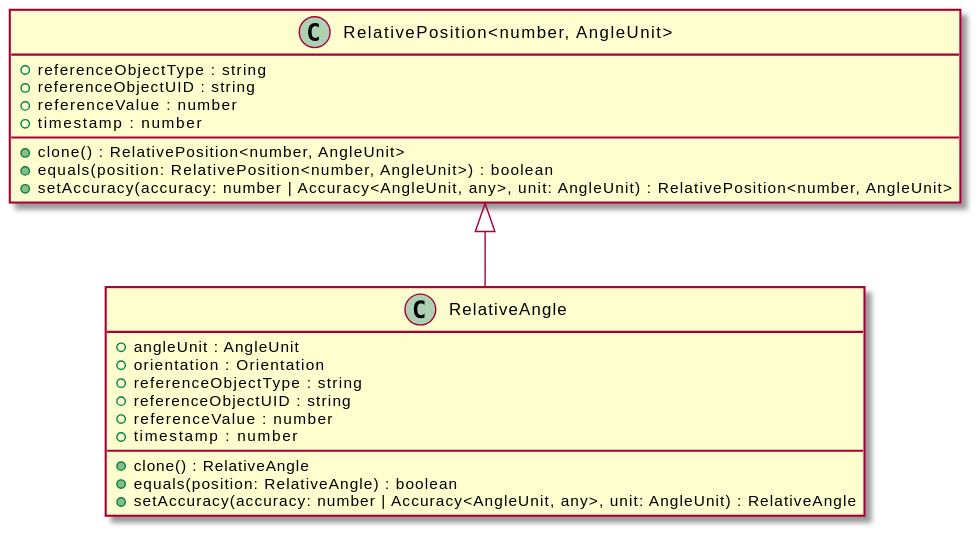
Earlier version of the PlantUML export assets/RelativeAngle-umlClassDiagram-3718.svg (OpenHPS/openhps-core).
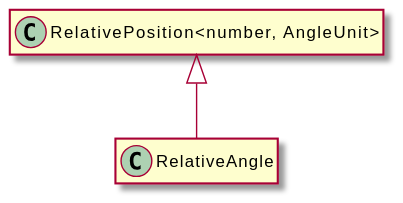
Above is the later version.

Diff of the diagram source:
```diff
@@ -3,24 +3,8 @@
 hide empty methods
 hide empty fields
 class "RelativeAngle" {
-    +angleUnit : AngleUnit
-    +orientation : Orientation
-    +referenceObjectType : string
-    +referenceObjectUID : string
-    +referenceValue : number
-    +timestamp : number
-    +clone() : RelativeAngle
-    +equals(position: RelativeAngle) : boolean
-    +setAccuracy(accuracy: number | Accuracy<AngleUnit, any>, unit: AngleUnit) : RelativeAngle
 }
 class "RelativePosition<number, AngleUnit>" {
-    +referenceObjectType : string
-    +referenceObjectUID : string
-    +referenceValue : number
-    +timestamp : number
-    +clone() : RelativePosition<number, AngleUnit>
-    +equals(position: RelativePosition<number, AngleUnit>) : boolean
-    +setAccuracy(accuracy: number | Accuracy<AngleUnit, any>, unit: AngleUnit) : RelativePosition<number, AngleUnit>
 }
 "RelativePosition<number, AngleUnit>" <|-- "RelativeAngle"
 @enduml
```
